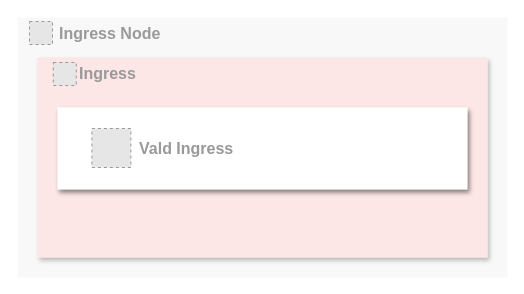
Above: page "Ingress Node" (2 of 8) of design/Vald Architecture Assets.drawio in vdaas/vald (draw.io), before the change. Source tidied: cells renumbered, new cells numbered last; positions are measured from the earlier drawing's top-left corner, leaving out a move shared by most shapes. Both pictures are drawn from the tidied source at 100%, with x=0, y=0 at pixel (17, 17). Pictures stored in the file or linked from it are replaced by grey dashed boxes.
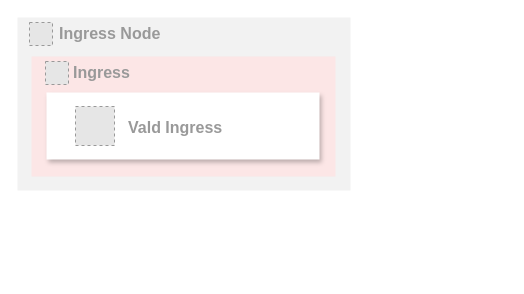
Above is the later version.

Diff of the diagram source:
```diff
@@
 <mxGraphModel>
   <root>
     <mxCell id="0" />
     <mxCell id="1" parent="0" />
-    <mxCell id="2" value="&lt;blockquote style=&quot;margin: 0 0 0 40px ; border: none ; padding: 0px&quot;&gt;&lt;b&gt;&lt;font color=&quot;#999999&quot;&gt;Ingress Node&lt;/font&gt;&lt;/b&gt;&lt;br&gt;&lt;/blockquote&gt;" style="rounded=0;whiteSpace=wrap;html=1;shadow=0;glass=0;comic=0;strokeWidth=1;fontSize=16;fontColor=#000000;align=left;labelBackgroundColor=none;strokeColor=none;fillColor=#f8f8f8;verticalAlign=top;" parent="1" vertex="1">
-      <mxGeometry width="490" height="260" as="geometry" />
+    <mxCell id="2" value="&lt;blockquote style=&quot;margin: 0 0 0 40px ; border: none ; padding: 0px&quot;&gt;&lt;b&gt;&lt;font color=&quot;#999999&quot;&gt;Ingress Node&lt;/font&gt;&lt;/b&gt;&lt;/blockquote&gt;" style="rounded=0;whiteSpace=wrap;html=1;shadow=0;glass=0;comic=0;strokeWidth=1;fontSize=16;fontColor=#000000;align=left;labelBackgroundColor=none;strokeColor=none;fillColor=#F2F2F2;verticalAlign=top;" parent="1" vertex="1">
+      <mxGeometry width="333" height="173" as="geometry" />
     </mxCell>
-    <mxCell id="3" style="group;rounded=0;shadow=1;glass=0;comic=0;strokeWidth=1;fillColor=#f8f8f8;fontSize=16;align=left;html=1;" parent="1" vertex="1">
-      <mxGeometry x="20" y="40" width="450" height="200" as="geometry" />
-    </mxCell>
+    <mxCell id="10" style="fillColor=#E6E6E6;strokeColor=#999999;dashed=1;verticalLabelPosition=bottom;labelBackgroundColor=#ffffff;verticalAlign=top;fontStyle=1;" parent="1" vertex="1">
+      <mxGeometry x="12" y="5" width="23" height="23" as="geometry" />
+    </mxCell>
-    <mxCell id="4" value="&lt;blockquote style=&quot;margin: 0 0 0 40px ; border: none ; padding: 0px&quot;&gt;&lt;b&gt;&lt;font color=&quot;#999999&quot; style=&quot;font-size: 16px&quot;&gt;Ingress&lt;/font&gt;&lt;/b&gt;&lt;br&gt;&lt;/blockquote&gt;" style="rounded=0;whiteSpace=wrap;html=1;shadow=0;glass=0;comic=0;strokeWidth=1;fontSize=16;fontColor=#000000;align=left;labelBackgroundColor=none;strokeColor=none;fillColor=#FCE6E6;verticalAlign=top;" parent="3" vertex="1">
-      <mxGeometry width="450" height="200" as="geometry" />
+    <mxCell id="4" value="&lt;blockquote style=&quot;margin: 0 0 0 40px ; border: none ; padding: 0px&quot;&gt;&lt;b&gt;&lt;font color=&quot;#999999&quot;&gt;Ingress&lt;/font&gt;&lt;/b&gt;&lt;br&gt;&lt;/blockquote&gt;" style="rounded=0;whiteSpace=wrap;html=1;shadow=0;glass=0;comic=0;strokeWidth=1;fontSize=16;fontColor=#000000;align=left;labelBackgroundColor=none;strokeColor=none;fillColor=#FCE6E6;verticalAlign=top;" parent="1" vertex="1">
+      <mxGeometry x="14" y="39" width="304" height="120" as="geometry" />
     </mxCell>
-    <mxCell id="5" style="fillColor=#E6E6E6;strokeColor=#999999;dashed=1;verticalLabelPosition=bottom;labelBackgroundColor=#ffffff;verticalAlign=top;" parent="3" vertex="1">
-      <mxGeometry x="15.8" y="5" width="23" height="23" as="geometry" />
-    </mxCell>
-    <mxCell id="6" style="fillColor=#E6E6E6;strokeColor=#999999;dashed=1;verticalLabelPosition=bottom;labelBackgroundColor=#ffffff;verticalAlign=top;fontStyle=1;" parent="1" vertex="1">
-      <mxGeometry x="12" y="4" width="23" height="23" as="geometry" />
-    </mxCell>
-    <mxCell id="7" style="group;rounded=0;shadow=1;glass=0;comic=0;strokeWidth=1;fillColor=#f8f8f8;fontSize=16;align=left;html=1;" parent="1" vertex="1">
-      <mxGeometry x="40" y="90" width="410" height="82" as="geometry" />
-    </mxCell>
+    <mxCell id="11" style="fillColor=#E6E6E6;strokeColor=#999999;dashed=1;verticalLabelPosition=bottom;labelBackgroundColor=#ffffff;verticalAlign=top;" parent="1" vertex="1">
+      <mxGeometry x="28" y="44" width="23" height="23" as="geometry" />
+    </mxCell>
+    <mxCell id="12" style="group;" parent="1" vertex="1">
+      <mxGeometry x="29" y="75" width="273" height="67" as="geometry" />
+    </mxCell>
-    <mxCell id="8" value="&lt;blockquote style=&quot;margin: 0 0 0 40px ; border: none ; padding: 0px&quot;&gt;&lt;blockquote style=&quot;margin: 0 0 0 40px ; border: none ; padding: 0px&quot;&gt;&lt;b&gt;&lt;font color=&quot;#999999&quot;&gt;Vald Ingress&lt;/font&gt;&lt;/b&gt;&lt;br&gt;&lt;/blockquote&gt;&lt;/blockquote&gt;" style="rounded=0;whiteSpace=wrap;html=1;shadow=1;glass=0;comic=0;strokeWidth=1;fontSize=16;fontColor=#000000;align=left;labelBackgroundColor=none;strokeColor=none;fillColor=#ffffff;verticalAlign=middle;" parent="7" vertex="1">
-      <mxGeometry width="410" height="82" as="geometry" />
+    <mxCell id="8" value="&lt;blockquote style=&quot;margin: 0 0 0 40px ; border: none ; padding: 0px&quot;&gt;&lt;blockquote style=&quot;margin: 0 0 0 40px ; border: none ; padding: 0px&quot;&gt;&lt;b&gt;&lt;font color=&quot;#999999&quot;&gt;&lt;br&gt;&lt;/font&gt;&lt;/b&gt;&lt;/blockquote&gt;&lt;blockquote style=&quot;margin: 0 0 0 40px ; border: none ; padding: 0px&quot;&gt;&lt;b&gt;&lt;font color=&quot;#999999&quot;&gt;Vald Ingress&lt;/font&gt;&lt;/b&gt;&lt;/blockquote&gt;&lt;/blockquote&gt;" style="rounded=0;whiteSpace=wrap;html=1;shadow=1;glass=0;comic=0;strokeWidth=1;fontSize=16;fontColor=#000000;align=left;labelBackgroundColor=none;strokeColor=none;fillColor=#ffffff;verticalAlign=top;" parent="12" vertex="1">
+      <mxGeometry width="273" height="67" as="geometry" />
     </mxCell>
-    <mxCell id="9" style="fillColor=#E6E6E6;strokeColor=#999999;dashed=1;verticalLabelPosition=bottom;labelBackgroundColor=#ffffff;verticalAlign=top;" parent="7" vertex="1">
-      <mxGeometry x="34.4" y="21" width="39" height="39" as="geometry" />
-    </mxCell>
+    <mxCell id="13" style="fillColor=#E6E6E6;strokeColor=#999999;dashed=1;verticalLabelPosition=bottom;labelBackgroundColor=#ffffff;verticalAlign=top;" parent="12" vertex="1">
+      <mxGeometry x="29" y="14" width="39" height="39" as="geometry" />
+    </mxCell>
   </root>
 </mxGraphModel>
```
